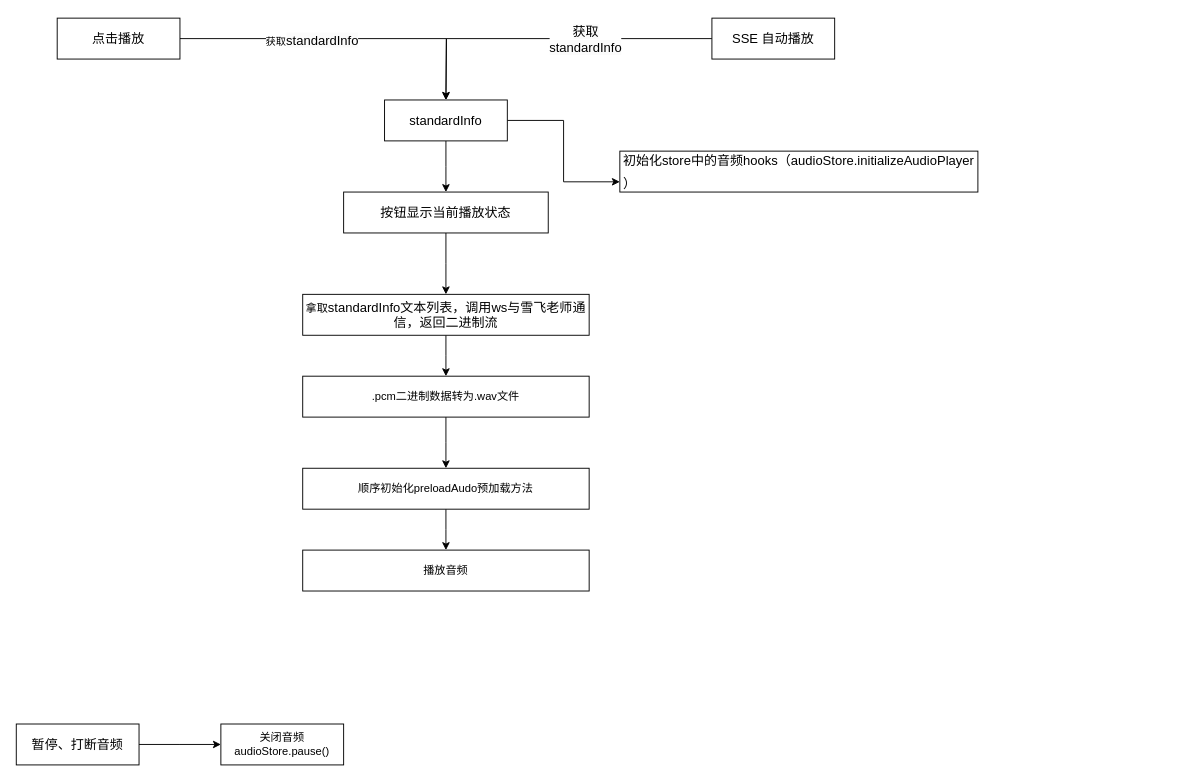
This is audio_play.drawio from onlyhappy/Demo, a draw.io file, before an edit. Source tidied: cells renumbered, new cells numbered last; positions are measured from the earlier drawing's top-left corner, leaving out a move shared by most shapes. Both pictures are drawn from the tidied source at 93%, with x=0, y=0 at pixel (16, 18).
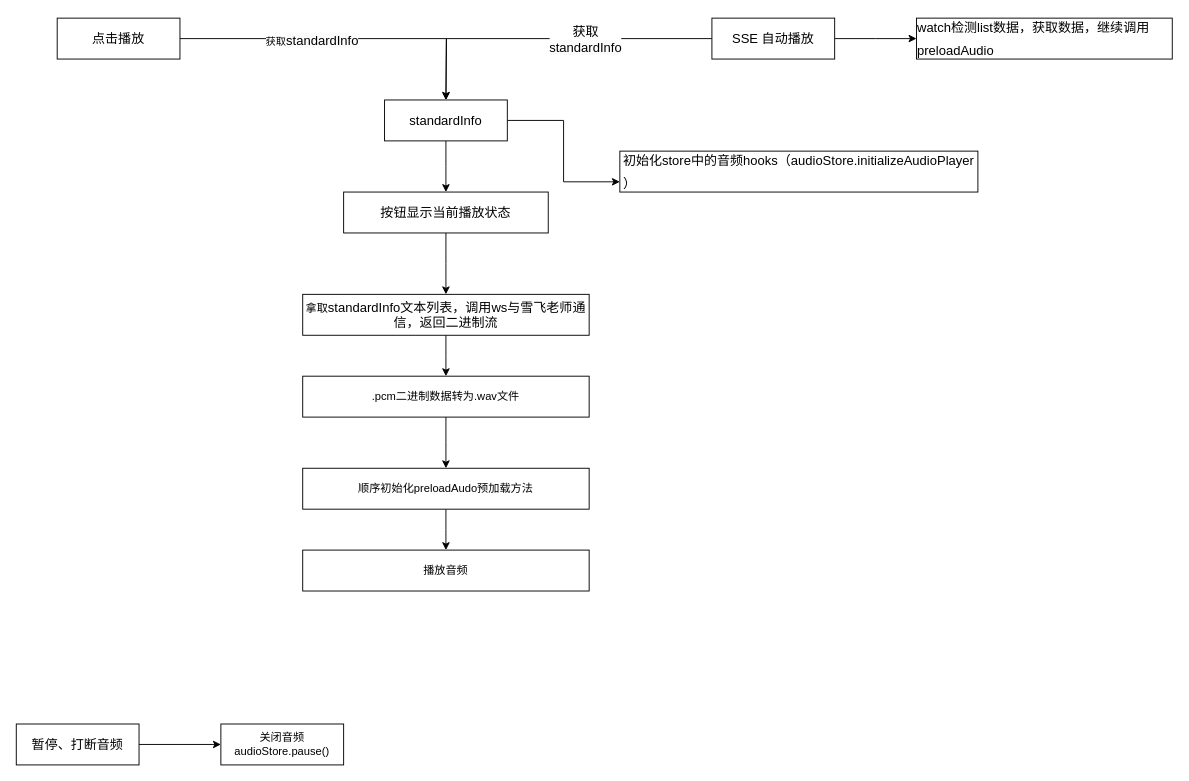
Above is the later version.

The change refers to these unchanged cells:
```xml
<mxCell id="7" value="&lt;article data-content=&quot;[{&amp;quot;type&amp;quot;:&amp;quot;block&amp;quot;,&amp;quot;id&amp;quot;:&amp;quot;Hbyp-1732607685483&amp;quot;,&amp;quot;name&amp;quot;:&amp;quot;paragraph&amp;quot;,&amp;quot;data&amp;quot;:{},&amp;quot;nodes&amp;quot;:[{&amp;quot;type&amp;quot;:&amp;quot;text&amp;quot;,&amp;quot;id&amp;quot;:&amp;quot;SaNG-1732607685481&amp;quot;,&amp;quot;leaves&amp;quot;:[{&amp;quot;text&amp;quot;:&amp;quot;standardInfo&amp;quot;,&amp;quot;marks&amp;quot;:[]}]}],&amp;quot;state&amp;quot;:{}}]&quot;&gt;&lt;div style=&quot;white-space-collapse: preserve; line-height: 1.75; font-size: 14px; text-align: left;&quot;&gt;SSE 自动播放&lt;/div&gt;&lt;/article&gt;" style="rounded=0;whiteSpace=wrap;html=1;" parent="1" vertex="1">
  <mxGeometry x="748" width="132" height="44" as="geometry" />
</mxCell>
```

Diff of the diagram source:
```diff
@@
+    <mxCell id="24" style="edgeStyle=orthogonalEdgeStyle;rounded=0;jettySize=auto;html=1;" parent="1" edge="1" source="7">
+      <mxGeometry relative="1" as="geometry">
+        <mxPoint x="968" y="22" as="targetPoint" />
+      </mxGeometry>
+    </mxCell>
@@
+    <mxCell id="25" value="&lt;article data-content=&quot;[{&amp;quot;type&amp;quot;:&amp;quot;block&amp;quot;,&amp;quot;id&amp;quot;:&amp;quot;Hbyp-1732607685483&amp;quot;,&amp;quot;name&amp;quot;:&amp;quot;paragraph&amp;quot;,&amp;quot;data&amp;quot;:{},&amp;quot;nodes&amp;quot;:[{&amp;quot;type&amp;quot;:&amp;quot;text&amp;quot;,&amp;quot;id&amp;quot;:&amp;quot;SaNG-1732607685481&amp;quot;,&amp;quot;leaves&amp;quot;:[{&amp;quot;text&amp;quot;:&amp;quot;standardInfo&amp;quot;,&amp;quot;marks&amp;quot;:[]}]}],&amp;quot;state&amp;quot;:{}}]&quot;&gt;&lt;div style=&quot;white-space-collapse: preserve; line-height: 1.75; font-size: 14px; text-align: left;&quot;&gt;watch检测list数据，获取数据，继续调用preloadAudio&lt;/div&gt;&lt;/article&gt;" style="rounded=0;whiteSpace=wrap;html=1;" parent="1" vertex="1">
+      <mxGeometry x="968" width="275" height="44" as="geometry" />
+    </mxCell>
```
